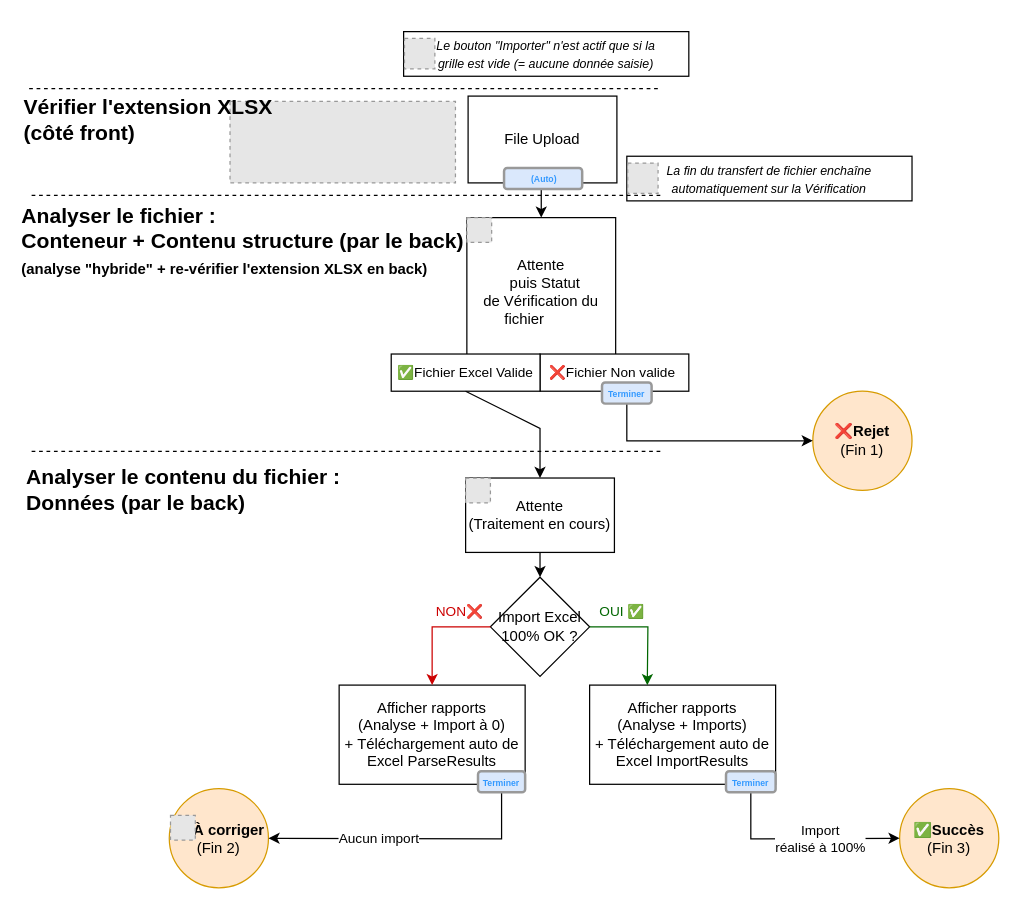
Before: Spécifications/Copy of Import Excel - Diagram d'enchaînement des écrans.drawio in xarich/XRIPersonalWiki, a draw.io diagram. Source tidied: cells renumbered, new cells numbered last; positions are measured from the earlier drawing's top-left corner, leaving out a move shared by most shapes. Both pictures are drawn from the tidied source at 124%, with x=0, y=0 at pixel (21, 31). Pictures stored in the file or linked from it are replaced by grey dashed boxes.
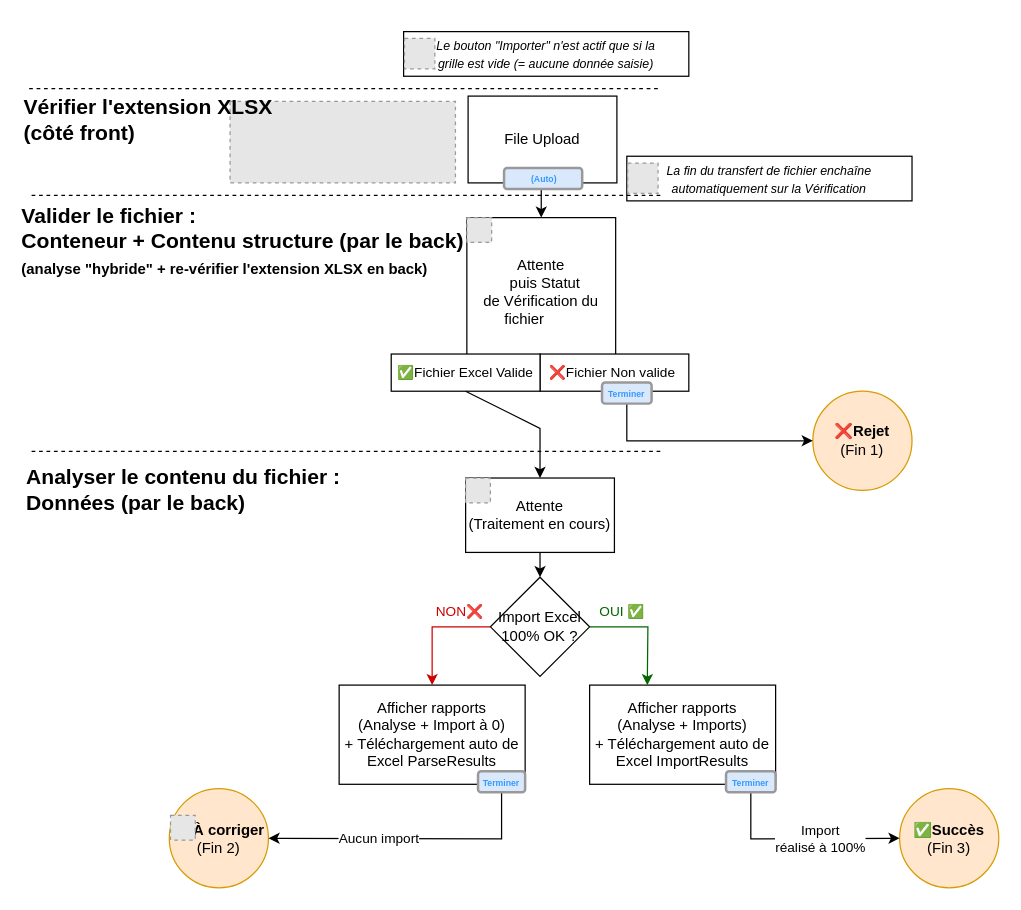
The same diagram, later.

The edit, as a diff of the source:
```diff
@@
-    <mxCell id="36" value="&lt;div style=&quot;text-align: left&quot;&gt;&lt;span&gt;Analyser le fichier :&lt;/span&gt;&lt;/div&gt;&lt;div style=&quot;text-align: left&quot;&gt;&lt;span&gt;Conteneur + Contenu structure&amp;nbsp;&lt;/span&gt;(par le back)&lt;span&gt;&lt;br&gt;&lt;/span&gt;&lt;/div&gt;&lt;div style=&quot;text-align: left&quot;&gt;&lt;span style=&quot;font-size: 12px&quot;&gt;(analyse &quot;hybride&quot; + re-vérifier l'extension XLSX en&amp;nbsp;&lt;/span&gt;&lt;span style=&quot;font-size: 12px&quot;&gt;back)&lt;/span&gt;&lt;/div&gt;" style="text;strokeColor=none;fillColor=none;html=1;fontSize=17;fontStyle=1;verticalAlign=middle;align=center;" parent="1" vertex="1">
+    <mxCell id="36" value="&lt;div style=&quot;text-align: left&quot;&gt;&lt;span&gt;Valider le fichier :&lt;/span&gt;&lt;/div&gt;&lt;div style=&quot;text-align: left&quot;&gt;&lt;span&gt;Conteneur + Contenu structure&amp;nbsp;&lt;/span&gt;(par le back)&lt;span&gt;&lt;br&gt;&lt;/span&gt;&lt;/div&gt;&lt;div style=&quot;text-align: left&quot;&gt;&lt;span style=&quot;font-size: 12px&quot;&gt;(analyse &quot;hybride&quot; + re-vérifier l'extension XLSX en&amp;nbsp;&lt;/span&gt;&lt;span style=&quot;font-size: 12px&quot;&gt;back)&lt;/span&gt;&lt;/div&gt;" style="text;strokeColor=none;fillColor=none;html=1;fontSize=17;fontStyle=1;verticalAlign=middle;align=center;" parent="1" vertex="1">
       <mxGeometry x="127" y="150" width="102" height="40" as="geometry" />
     </mxCell>
```
